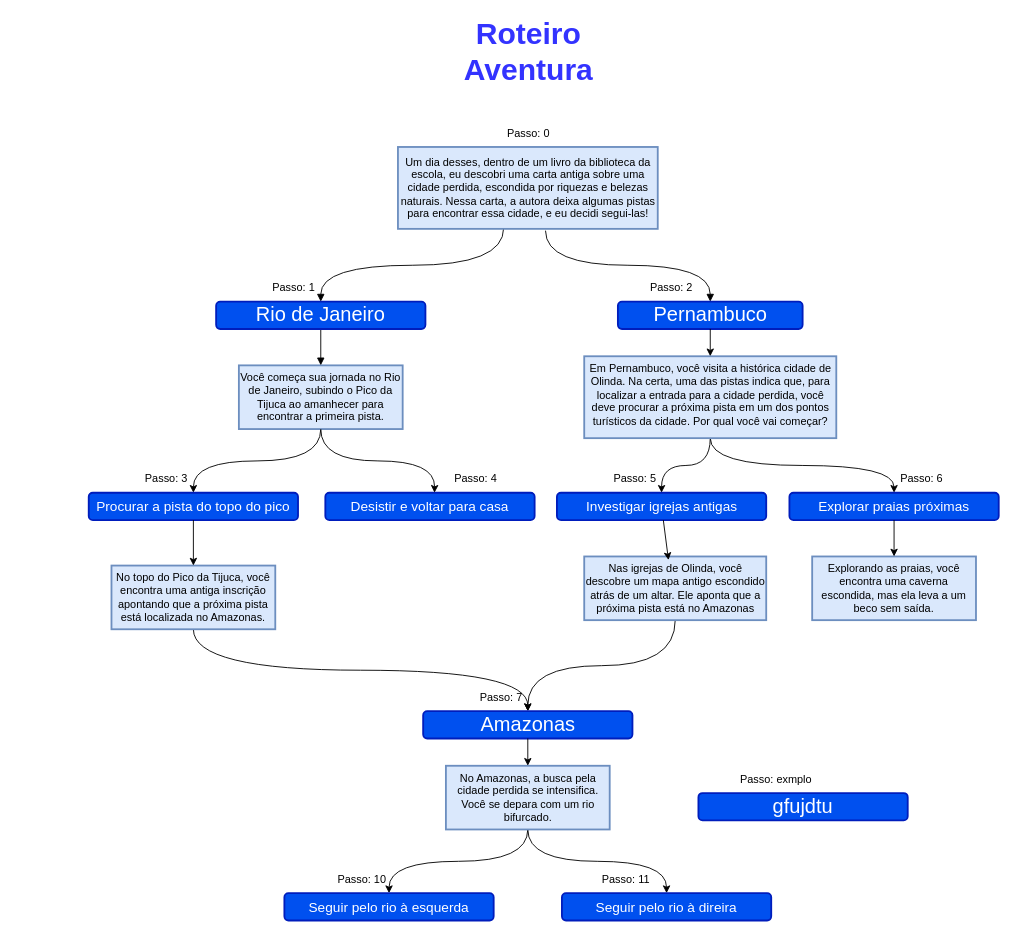
This is Roteiro Aventura.drawio from mrkenjiu/roteiro-aventura, a draw.io file, before an edit. Source tidied: cells renumbered, new cells numbered last; positions are measured from the earlier drawing's top-left corner, leaving out a move shared by most shapes. Both pictures are drawn from the tidied source at 91%, with x=0, y=0 at pixel (88, 28).
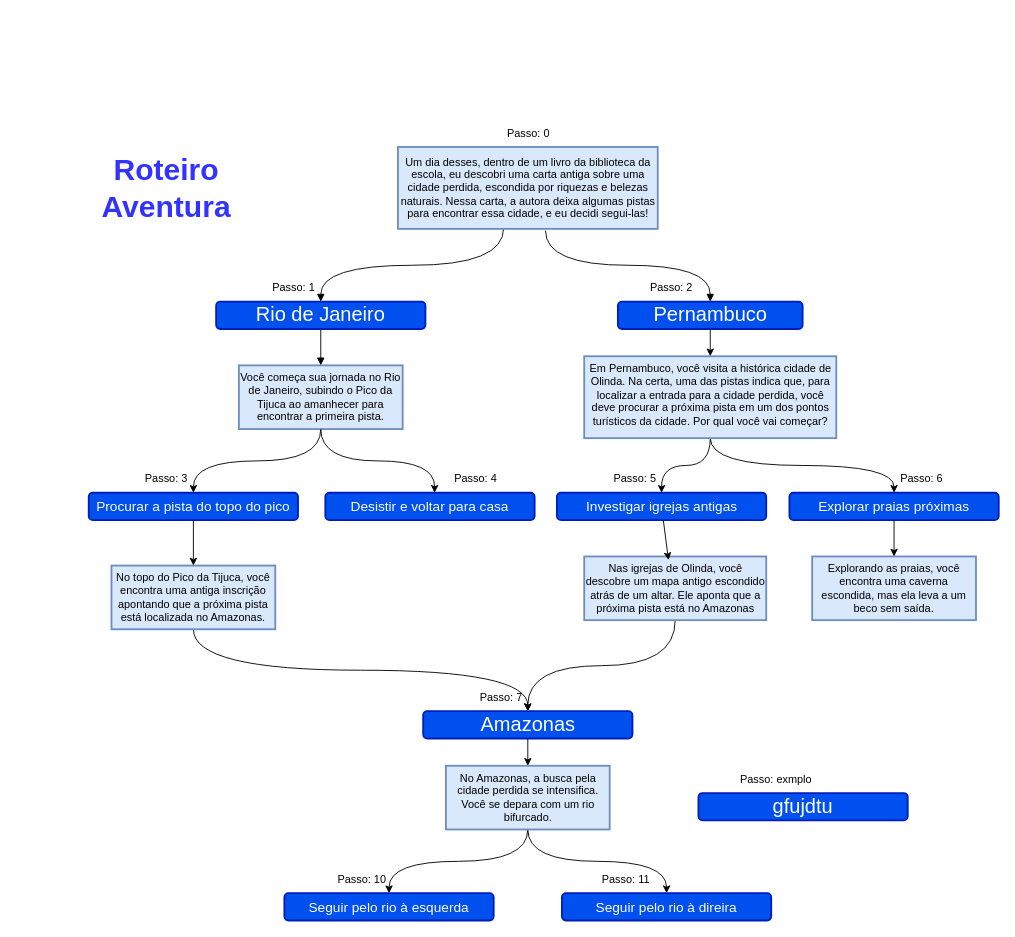
After the change.

What changed in the source:
```diff
@@
-    <mxCell id="7" value="&lt;span style=&quot;text-wrap-mode: wrap;&quot;&gt;&lt;font style=&quot;font-size: 33px; color: rgb(51, 51, 255);&quot;&gt;&lt;b style=&quot;&quot;&gt;Roteiro Aventura&lt;/b&gt;&lt;/font&gt;&lt;/span&gt;" style="text;html=1;align=center;verticalAlign=middle;strokeColor=none;fillColor=none;rotation=0;imageAspect=0;" parent="1" vertex="1">
-      <mxGeometry x="337.5" width="290" height="50" as="geometry" />
+    <mxCell id="7" value="&lt;h1&gt;&lt;span style=&quot;text-wrap-mode: wrap;&quot;&gt;&lt;font style=&quot;font-size: 33px; color: rgb(51, 51, 255);&quot;&gt;&lt;b style=&quot;&quot;&gt;Roteiro Aventura&lt;/b&gt;&lt;/font&gt;&lt;/span&gt;&lt;/h1&gt;" style="text;html=1;align=center;verticalAlign=middle;strokeColor=none;fillColor=none;rotation=0;imageAspect=0;" parent="1" vertex="1">
+      <mxGeometry x="-80" y="130" width="330" height="90" as="geometry" />
     </mxCell>
```
